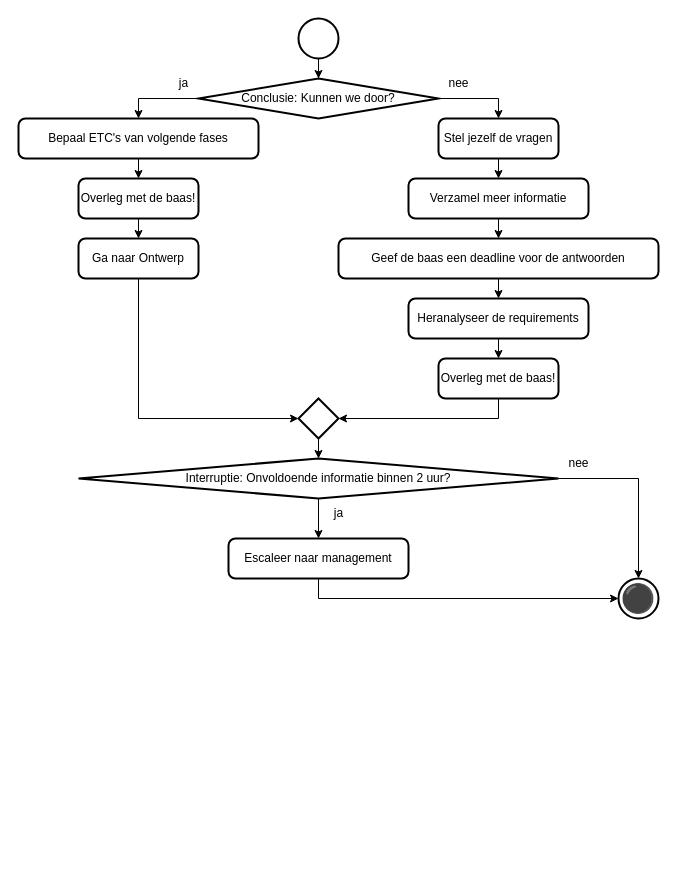
The draw.io diagram 2 Issue Tracker analyse.drawio in Zaibatsu89/IssueTracker, before the edit. Source tidied: cells renumbered, new cells numbered last; positions are measured from the earlier drawing's top-left corner, leaving out a move shared by most shapes. Both pictures are drawn from the tidied source at 100%, with x=0, y=0 at pixel (18, 18).
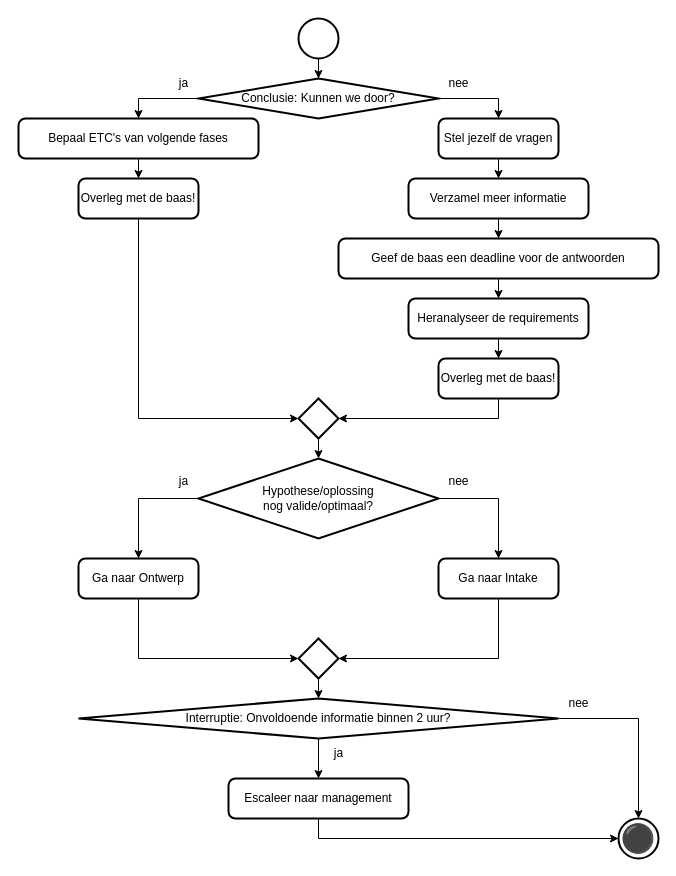
Above is the later version.

Commit message (it also covers changes not shown here):
de hypothese/oplossingsrichting op momenten herevalueren, in flowcharts

The change refers to these unchanged cells:
```xml
<mxCell id="20" style="strokeWidth=2;html=1;shape=mxgraph.flowchart.decision;whiteSpace=wrap;" parent="1" vertex="1">
  <mxGeometry x="280" y="380" width="40" height="40" as="geometry" />
</mxCell>
<mxCell id="32" value="Overleg met de baas!" style="rounded=1;whiteSpace=wrap;html=1;absoluteArcSize=1;arcSize=14;strokeWidth=2;" parent="1" vertex="1">
  <mxGeometry x="60" y="160" width="120" height="40" as="geometry" />
</mxCell>
```

The edit, as a diff of the source:
```diff
@@
     <mxCell id="7" value="Ga naar Ontwerp" style="rounded=1;whiteSpace=wrap;html=1;absoluteArcSize=1;arcSize=14;strokeWidth=2;" parent="1" vertex="1">
-      <mxGeometry x="60" y="220" width="120" height="40" as="geometry" />
+      <mxGeometry x="60" y="540" width="120" height="40" as="geometry" />
     </mxCell>
@@
-    <mxCell id="21" style="edgeStyle=orthogonalEdgeStyle;rounded=0;jettySize=auto;html=1;exitX=0.5;exitY=1;exitDx=0;exitDy=0;entryX=0;entryY=0.5;entryDx=0;entryDy=0;entryPerimeter=0;" parent="1" edge="1" source="7" target="20">
-      <mxGeometry relative="1" as="geometry" />
-    </mxCell>
@@
     <mxCell id="23" value="Interruptie: Onvoldoende informatie binnen 2 uur?" style="strokeWidth=2;html=1;shape=mxgraph.flowchart.decision;whiteSpace=wrap;" parent="1" vertex="1">
-      <mxGeometry x="60" y="440" width="480" height="40" as="geometry" />
+      <mxGeometry x="60" y="680" width="480" height="40" as="geometry" />
     </mxCell>
-    <mxCell id="24" style="edgeStyle=orthogonalEdgeStyle;rounded=0;jettySize=auto;html=1;exitX=0.5;exitY=1;exitDx=0;exitDy=0;exitPerimeter=0;entryX=0.5;entryY=0;entryDx=0;entryDy=0;entryPerimeter=0;" parent="1" edge="1" source="20" target="23">
-      <mxGeometry relative="1" as="geometry" />
-    </mxCell>
     <mxCell id="25" value="nee" style="text;html=1;align=center;verticalAlign=middle;strokeColor=none;fillColor=none;" parent="1" vertex="1">
-      <mxGeometry x="540" y="430" width="40" height="30" as="geometry" />
+      <mxGeometry x="540" y="670" width="40" height="30" as="geometry" />
     </mxCell>
     <mxCell id="26" value="Escaleer naar management" style="rounded=1;whiteSpace=wrap;html=1;absoluteArcSize=1;arcSize=14;strokeWidth=2;" parent="1" vertex="1">
-      <mxGeometry x="210" y="520" width="180" height="40" as="geometry" />
+      <mxGeometry x="210" y="760" width="180" height="40" as="geometry" />
     </mxCell>
     <mxCell id="27" value="ja" style="text;html=1;align=center;verticalAlign=middle;strokeColor=none;fillColor=none;" parent="1" vertex="1">
-      <mxGeometry x="305" y="480" width="30" height="30" as="geometry" />
+      <mxGeometry x="305" y="720" width="30" height="30" as="geometry" />
     </mxCell>
     <mxCell id="28" value="⚫" style="strokeWidth=2;html=1;shape=mxgraph.flowchart.start_2;whiteSpace=wrap;fillColor=none;fontSize=28;" parent="1" vertex="1">
-      <mxGeometry x="600" y="560" width="40" height="40" as="geometry" />
+      <mxGeometry x="600" y="800" width="40" height="40" as="geometry" />
     </mxCell>
@@
-    <mxCell id="31" style="edgeStyle=orthogonalEdgeStyle;rounded=0;jettySize=auto;html=1;exitX=0.5;exitY=1;exitDx=0;exitDy=0;entryX=0.5;entryY=0;entryDx=0;entryDy=0;" parent="1" edge="1" source="32" target="7">
-      <mxGeometry relative="1" as="geometry" />
-    </mxCell>
@@
+    <mxCell id="35" style="edgeStyle=orthogonalEdgeStyle;rounded=0;jettySize=auto;html=1;exitX=0;exitY=0.5;exitDx=0;exitDy=0;exitPerimeter=0;entryX=0.5;entryY=0;entryDx=0;entryDy=0;" parent="1" edge="1" source="37" target="7">
+      <mxGeometry relative="1" as="geometry" />
+    </mxCell>
+    <mxCell id="36" style="edgeStyle=orthogonalEdgeStyle;rounded=0;jettySize=auto;html=1;exitX=1;exitY=0.5;exitDx=0;exitDy=0;exitPerimeter=0;entryX=0.5;entryY=0;entryDx=0;entryDy=0;" parent="1" edge="1" source="37" target="44">
+      <mxGeometry relative="1" as="geometry" />
+    </mxCell>
+    <mxCell id="37" value="Hypothese/oplossing&lt;br&gt;nog valide/optimaal?" style="strokeWidth=2;html=1;shape=mxgraph.flowchart.decision;whiteSpace=wrap;" parent="1" vertex="1">
+      <mxGeometry x="180" y="440" width="240" height="80" as="geometry" />
+    </mxCell>
+    <mxCell id="38" style="edgeStyle=orthogonalEdgeStyle;rounded=0;jettySize=auto;html=1;exitX=0.5;exitY=1;exitDx=0;exitDy=0;exitPerimeter=0;entryX=0.5;entryY=0;entryDx=0;entryDy=0;entryPerimeter=0;" parent="1" edge="1" source="20" target="37">
+      <mxGeometry relative="1" as="geometry" />
+    </mxCell>
+    <mxCell id="39" style="edgeStyle=orthogonalEdgeStyle;rounded=0;jettySize=auto;html=1;exitX=0.5;exitY=1;exitDx=0;exitDy=0;entryX=0;entryY=0.5;entryDx=0;entryDy=0;entryPerimeter=0;" parent="1" edge="1" source="32" target="20">
+      <mxGeometry relative="1" as="geometry" />
+    </mxCell>
+    <mxCell id="40" style="strokeWidth=2;html=1;shape=mxgraph.flowchart.decision;whiteSpace=wrap;" parent="1" vertex="1">
+      <mxGeometry x="280" y="620" width="40" height="40" as="geometry" />
+    </mxCell>
+    <mxCell id="41" style="edgeStyle=orthogonalEdgeStyle;rounded=0;jettySize=auto;html=1;exitX=0.5;exitY=1;exitDx=0;exitDy=0;entryX=0;entryY=0.5;entryDx=0;entryDy=0;entryPerimeter=0;" parent="1" edge="1" source="7" target="40">
+      <mxGeometry relative="1" as="geometry" />
+    </mxCell>
+    <mxCell id="42" style="edgeStyle=orthogonalEdgeStyle;rounded=0;jettySize=auto;html=1;exitX=0.5;exitY=1;exitDx=0;exitDy=0;exitPerimeter=0;entryX=0.5;entryY=0;entryDx=0;entryDy=0;entryPerimeter=0;" parent="1" edge="1" source="40" target="23">
+      <mxGeometry relative="1" as="geometry" />
+    </mxCell>
+    <mxCell id="43" value="ja" style="text;html=1;align=center;verticalAlign=middle;strokeColor=none;fillColor=none;" parent="1" vertex="1">
+      <mxGeometry x="150" y="448" width="30" height="30" as="geometry" />
+    </mxCell>
+    <mxCell id="44" value="Ga naar Intake" style="rounded=1;whiteSpace=wrap;html=1;absoluteArcSize=1;arcSize=14;strokeWidth=2;" parent="1" vertex="1">
+      <mxGeometry x="420" y="540" width="120" height="40" as="geometry" />
+    </mxCell>
+    <mxCell id="45" style="edgeStyle=orthogonalEdgeStyle;rounded=0;jettySize=auto;html=1;exitX=0.5;exitY=1;exitDx=0;exitDy=0;entryX=1;entryY=0.5;entryDx=0;entryDy=0;entryPerimeter=0;" parent="1" edge="1" source="44" target="40">
+      <mxGeometry relative="1" as="geometry" />
+    </mxCell>
+    <mxCell id="46" value="nee" style="text;html=1;align=center;verticalAlign=middle;strokeColor=none;fillColor=none;" parent="1" vertex="1">
+      <mxGeometry x="420" y="448" width="40" height="30" as="geometry" />
+    </mxCell>
```
